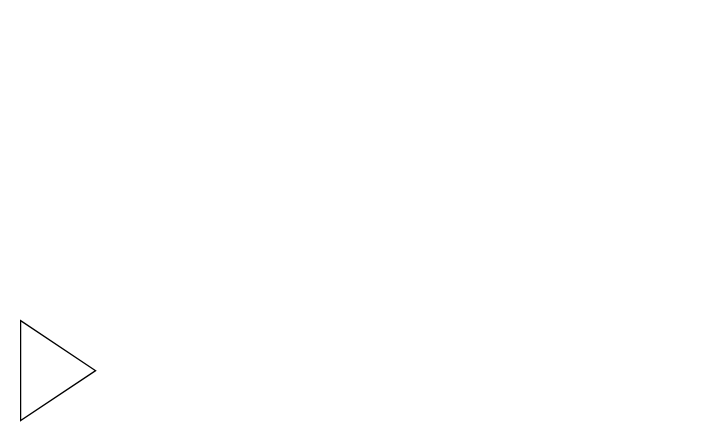
Before: Untitled Diagram.drawio in zad15c/drawio, a draw.io diagram. Source tidied: cells renumbered, new cells numbered last; positions are measured from the earlier drawing's top-left corner, leaving out a move shared by most shapes. Both pictures are drawn from the tidied source at 125%, with x=0, y=0 at pixel (20, 320).
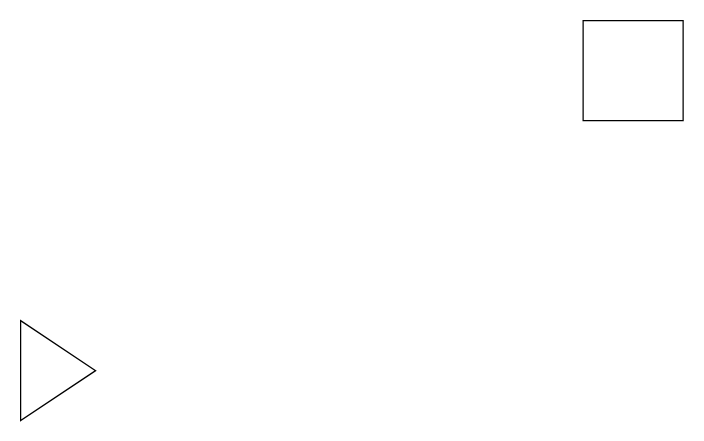
The same diagram, later.

The edit, as a diff of the source:
```diff
@@
 <mxGraphModel>
   <root>
     <mxCell id="0" />
     <mxCell id="1" parent="0" />
     <mxCell id="2" style="triangle;whiteSpace=wrap;html=1;" parent="1" vertex="1">
       <mxGeometry width="60" height="80" as="geometry" />
     </mxCell>
+    <mxCell id="3" style="whiteSpace=wrap;html=1;" parent="1" vertex="1">
+      <mxGeometry x="450" y="-240" width="80" height="80" as="geometry" />
+    </mxCell>
   </root>
 </mxGraphModel>
```
